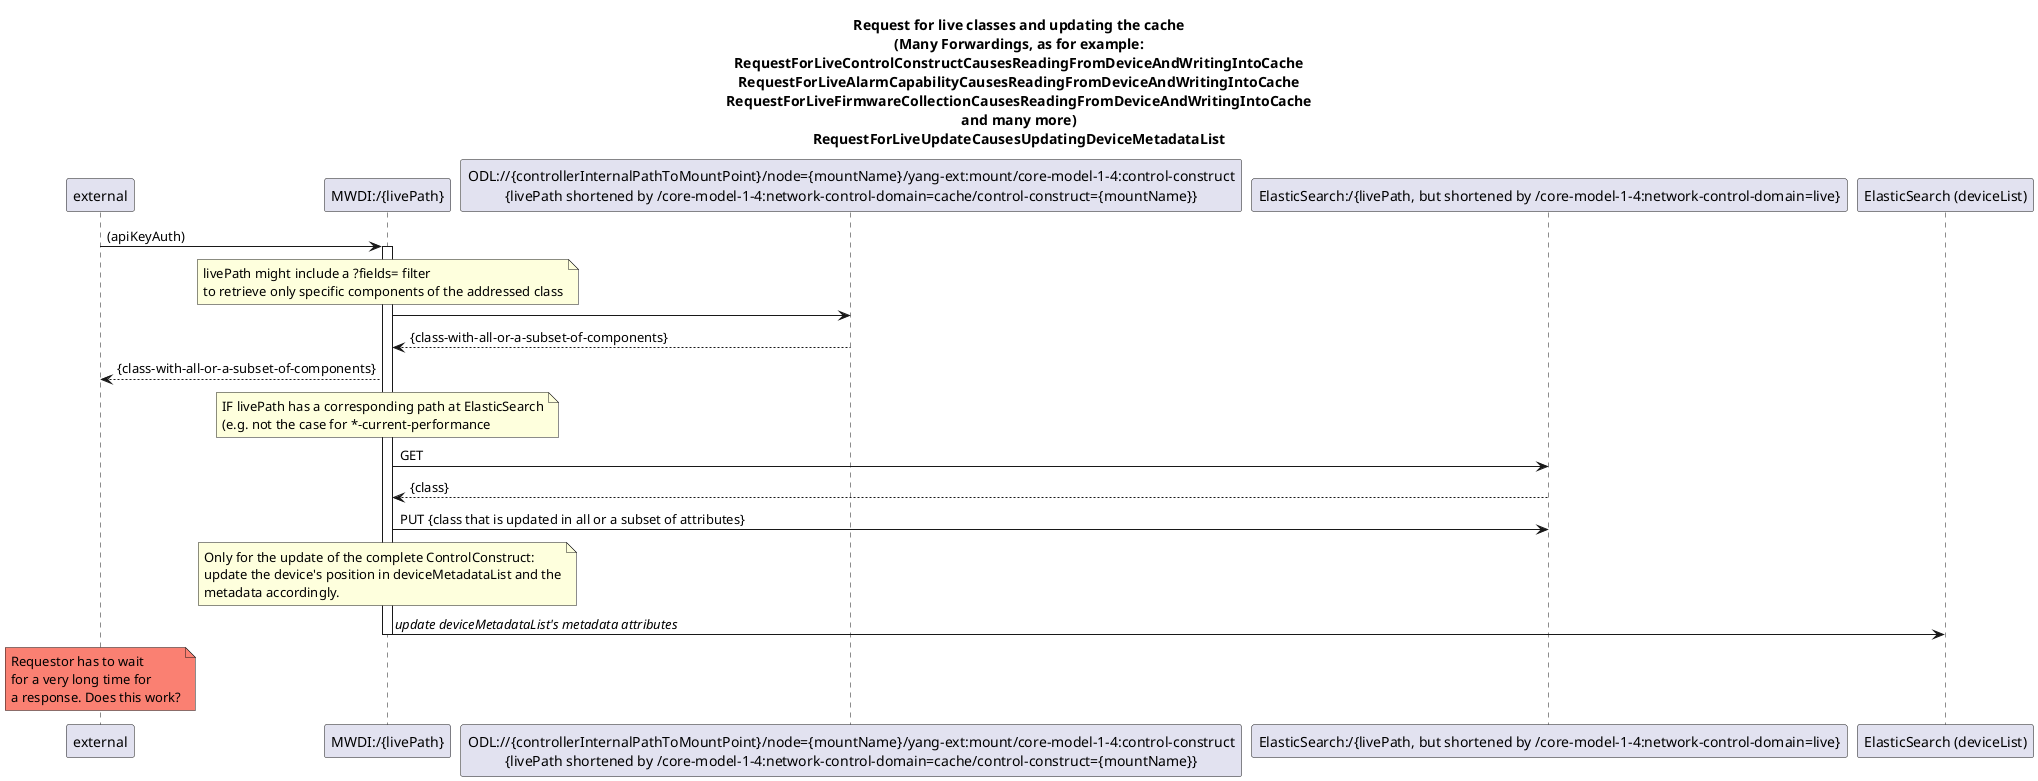
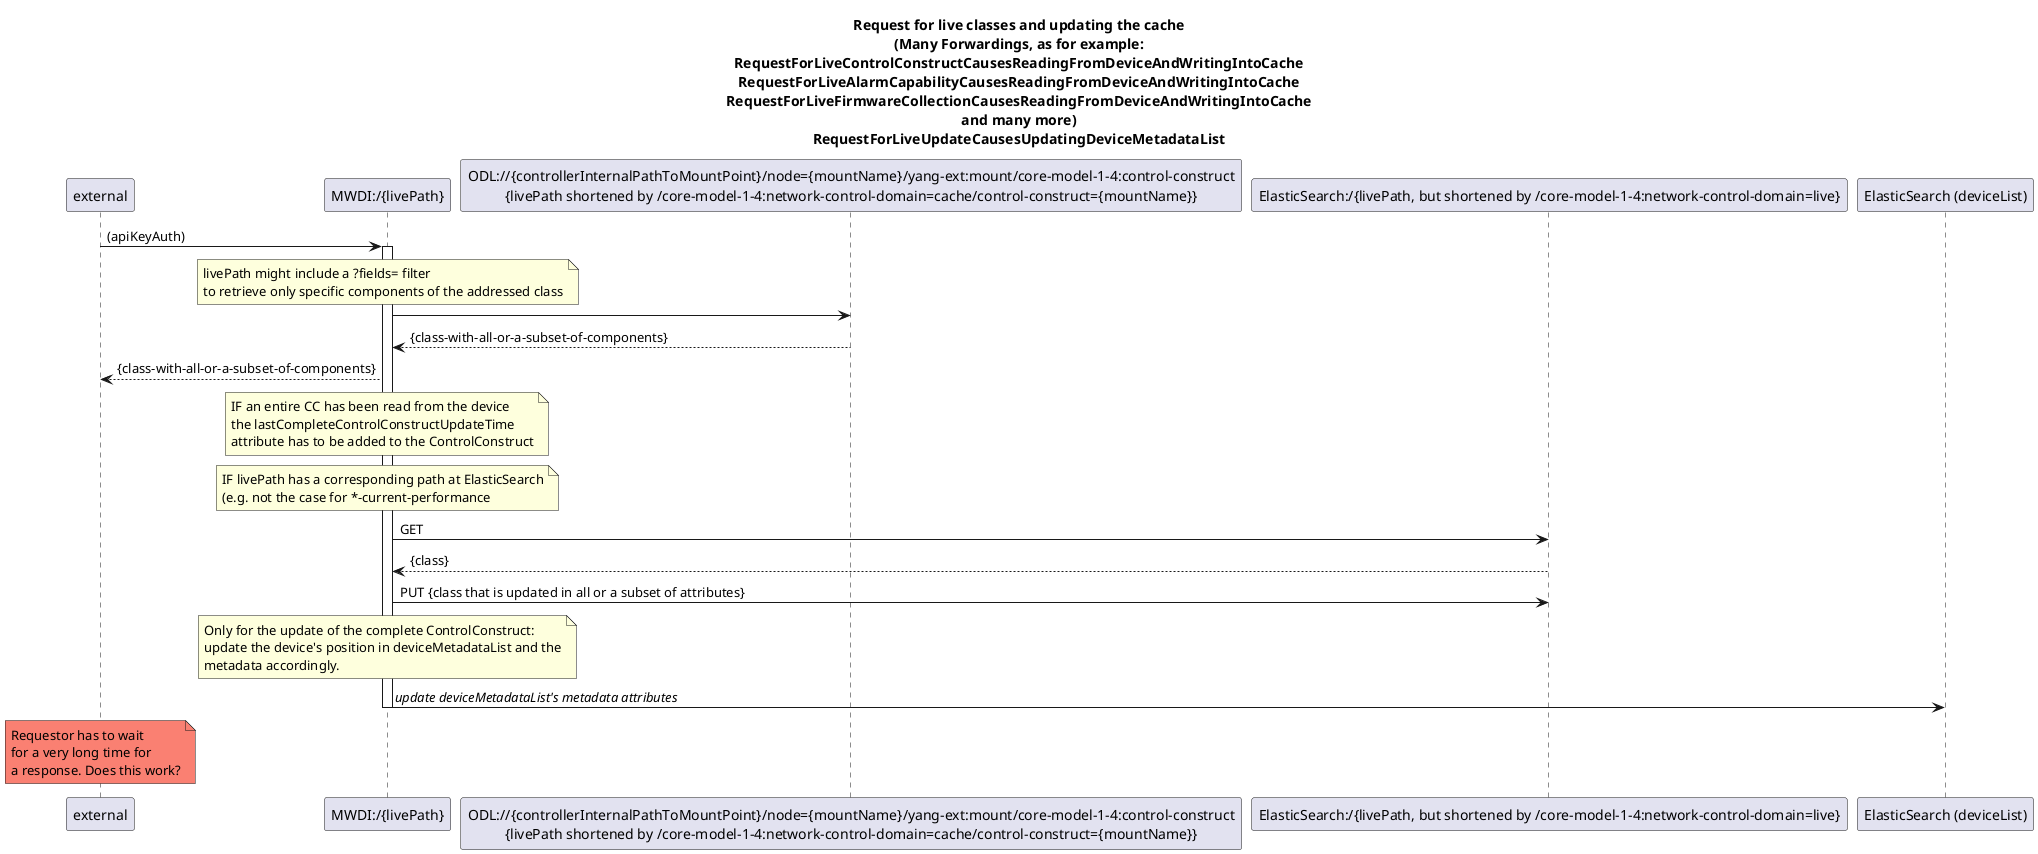
@startuml 500_LiveRessourcePathWithCacheUpdate
skinparam responseMessageBelowArrow true

title
Request for live classes and updating the cache
(Many Forwardings, as for example:
RequestForLiveControlConstructCausesReadingFromDeviceAndWritingIntoCache
RequestForLiveAlarmCapabilityCausesReadingFromDeviceAndWritingIntoCache
RequestForLiveFirmwareCollectionCausesReadingFromDeviceAndWritingIntoCache
and many more)
RequestForLiveUpdateCausesUpdatingDeviceMetadataList
end title


participant "external" as requestor
participant "MWDI:/{livePath}" as LiveControlConstructClass
participant "ODL://{controllerInternalPathToMountPoint}/node={mountName}/yang-ext:mount/core-model-1-4:control-construct\n{livePath shortened by /core-model-1-4:network-control-domain=cache/control-construct={mountName}}" as OdlControlConstructClass
participant "ElasticSearch:/{livePath, but shortened by /core-model-1-4:network-control-domain=live}" as EsControlConstructClass
participant "ElasticSearch (deviceList)" as deviceList

requestor -> LiveControlConstructClass: (apiKeyAuth)
activate LiveControlConstructClass

note over LiveControlConstructClass
livePath might include a ?fields= filter
to retrieve only specific components of the addressed class
end note
LiveControlConstructClass -> OdlControlConstructClass
OdlControlConstructClass --> LiveControlConstructClass: {class-with-all-or-a-subset-of-components}

LiveControlConstructClass --> requestor: {class-with-all-or-a-subset-of-components}

note over LiveControlConstructClass
+   IF an entire CC has been read from the device
+   the lastCompleteControlConstructUpdateTime
+   attribute has to be added to the ControlConstruct
+ end note
+ 
+ note over LiveControlConstructClass
IF livePath has a corresponding path at ElasticSearch
(e.g. not the case for *-current-performance
end note
LiveControlConstructClass -> EsControlConstructClass: GET
EsControlConstructClass --> LiveControlConstructClass: {class}

LiveControlConstructClass -> EsControlConstructClass: PUT {class that is updated in all or a subset of attributes}

note over LiveControlConstructClass
  Only for the update of the complete ControlConstruct:
  update the device's position in deviceMetadataList and the
  metadata accordingly.
end note
LiveControlConstructClass -> deviceList: <i>update deviceMetadataList's metadata attributes</i>

deactivate LiveControlConstructClass

skinparam NoteBackgroundColor salmon
note over requestor: Requestor has to wait \nfor a very long time for \na response. Does this work?
skinparam NoteBackgroundColor default

@enduml



